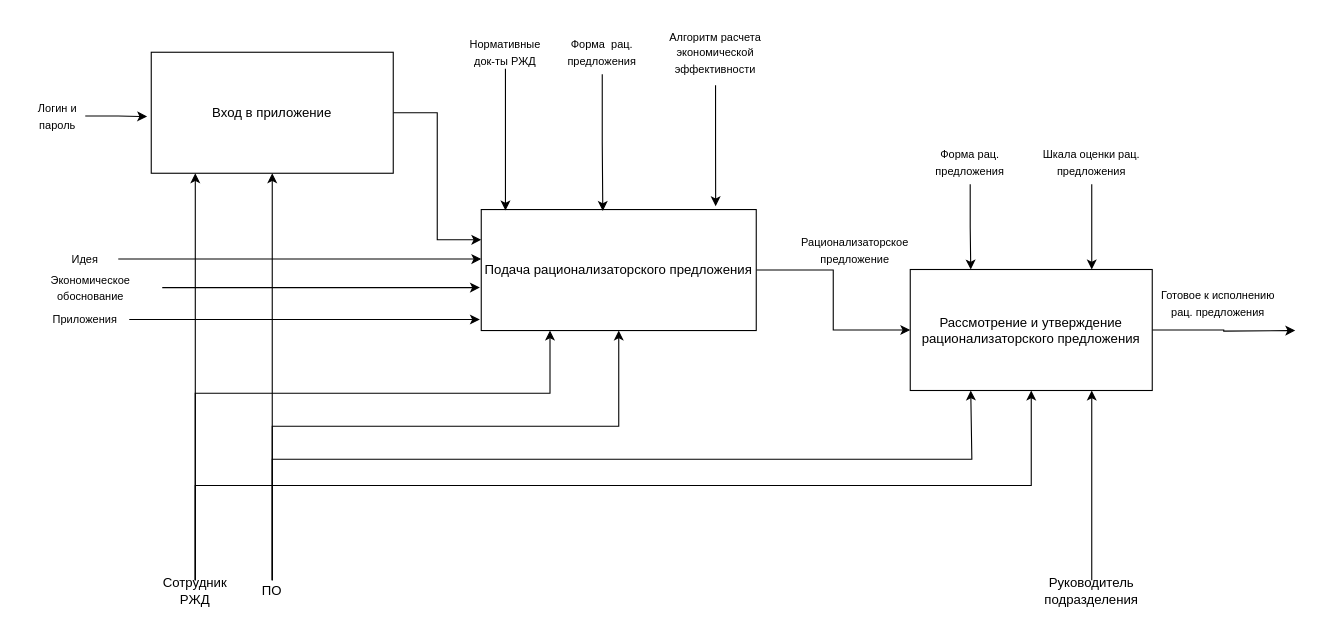
Earlier version of the draw.io diagram page "IDEF0 декомпозиция" (2 of 4) of IDEF0.drawio (Ideas-maker/diagram). Source tidied: cells renumbered, new cells numbered last; positions are measured from the earlier drawing's top-left corner, leaving out a move shared by most shapes. Both pictures are drawn from the tidied source at 110%, with x=0, y=0 at pixel (19, 19).
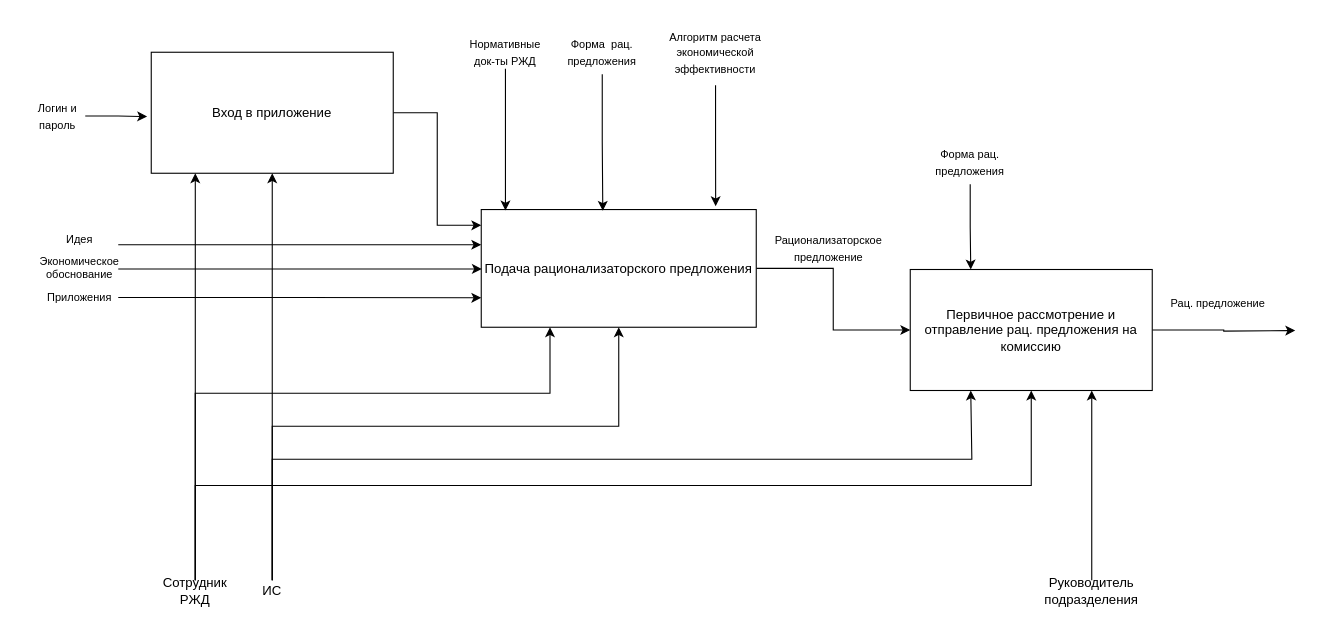
Above is the later version.

Unchanged cells that the change refers to:
```xml
<mxCell id="3" value="&lt;font style=&quot;font-size: 12px&quot;&gt;Вход в приложение&lt;/font&gt;" style="rounded=0;whiteSpace=wrap;html=1;fontSize=10;" parent="1" vertex="1">
  <mxGeometry x="120" y="30" width="220" height="110" as="geometry" />
</mxCell>
```

The edit, as a diff of the source:
```diff
@@
-    <mxCell id="2" style="edgeStyle=orthogonalEdgeStyle;rounded=0;jettySize=auto;html=1;exitX=1;exitY=0.5;exitDx=0;exitDy=0;entryX=0;entryY=0.25;entryDx=0;entryDy=0;fontSize=10;" parent="1" edge="1" source="3" target="5">
+    <mxCell id="2" style="edgeStyle=orthogonalEdgeStyle;rounded=0;jettySize=auto;html=1;exitX=1;exitY=0.5;exitDx=0;exitDy=0;entryX=0;entryY=0.134;entryDx=0;entryDy=0;fontSize=10;entryPerimeter=0;" parent="1" edge="1" source="3" target="5">
       <mxGeometry relative="1" as="geometry" />
     </mxCell>
@@
     <mxCell id="5" value="&lt;font style=&quot;font-size: 12px&quot;&gt;Подача рационализаторского предложения&lt;/font&gt;" style="rounded=0;whiteSpace=wrap;html=1;fontSize=10;" parent="1" vertex="1">
-      <mxGeometry x="420" y="173" width="250" height="110" as="geometry" />
+      <mxGeometry x="420" y="173" width="250" height="107" as="geometry" />
     </mxCell>
@@
-    <mxCell id="7" value="&lt;font style=&quot;font-size: 12px&quot;&gt;Рассмотрение и утверждение рационализаторского предложения&lt;/font&gt;" style="rounded=0;whiteSpace=wrap;html=1;fontSize=10;" parent="1" vertex="1">
+    <mxCell id="7" value="&lt;font style=&quot;font-size: 12px&quot;&gt;Первичное рассмотрение и отправление рац. предложения на комиссию&lt;/font&gt;" style="rounded=0;whiteSpace=wrap;html=1;fontSize=10;" parent="1" vertex="1">
       <mxGeometry x="810" y="227.5" width="220" height="110" as="geometry" />
     </mxCell>
@@
-    <mxCell id="17" value="ПО" style="text;html=1;strokeColor=none;fillColor=none;align=center;verticalAlign=middle;whiteSpace=wrap;rounded=0;fontSize=12;" parent="1" vertex="1">
+    <mxCell id="17" value="ИС" style="text;html=1;strokeColor=none;fillColor=none;align=center;verticalAlign=middle;whiteSpace=wrap;rounded=0;fontSize=12;" parent="1" vertex="1">
       <mxGeometry x="210" y="510" width="40" height="20" as="geometry" />
     </mxCell>
-    <mxCell id="18" style="edgeStyle=orthogonalEdgeStyle;rounded=0;jettySize=auto;html=1;fontSize=12;" parent="1" edge="1" source="19">
+    <mxCell id="18" style="edgeStyle=orthogonalEdgeStyle;rounded=0;orthogonalLoop=1;jettySize=auto;html=1;fontSize=12;" parent="1" edge="1">
       <mxGeometry relative="1" as="geometry">
-        <mxPoint x="420" y="218" as="targetPoint" />
+        <mxPoint x="90" y="205" as="sourcePoint" />
+        <mxPoint x="420" y="205" as="targetPoint" />
       </mxGeometry>
     </mxCell>
-    <mxCell id="19" value="&lt;font style=&quot;font-size: 10px&quot;&gt;Идея&lt;/font&gt;" style="text;html=1;strokeColor=none;fillColor=none;align=center;verticalAlign=middle;whiteSpace=wrap;rounded=0;fontSize=12;" parent="1" vertex="1">
-      <mxGeometry x="30" y="208" width="60" height="20" as="geometry" />
+    <mxCell id="19" value="&lt;font style=&quot;font-size: 10px&quot;&gt;Идея&lt;/font&gt;" style="text;html=1;strokeColor=none;fillColor=none;align=center;verticalAlign=middle;whiteSpace=wrap;rounded=0;fontSize=10;" parent="1" vertex="1">
+      <mxGeometry x="25" y="190" width="60" height="20" as="geometry" />
     </mxCell>
-    <mxCell id="20" style="edgeStyle=orthogonalEdgeStyle;rounded=0;jettySize=auto;html=1;exitX=1;exitY=0.5;exitDx=0;exitDy=0;entryX=-0.005;entryY=0.645;entryDx=0;entryDy=0;entryPerimeter=0;fontSize=12;" parent="1" edge="1" source="21" target="5">
-      <mxGeometry relative="1" as="geometry" />
+    <mxCell id="20" style="edgeStyle=orthogonalEdgeStyle;rounded=0;orthogonalLoop=1;jettySize=auto;html=1;entryX=0.002;entryY=0.556;entryDx=0;entryDy=0;fontSize=12;entryPerimeter=0;" parent="1" edge="1">
+      <mxGeometry relative="1" as="geometry">
+        <mxPoint x="90" y="227" as="sourcePoint" />
+        <mxPoint x="420.5" y="227" as="targetPoint" />
+      </mxGeometry>
     </mxCell>
-    <mxCell id="21" value="&lt;span style=&quot;font-size: 10px&quot;&gt;Экономическое обоснование&lt;/span&gt;" style="text;html=1;strokeColor=none;fillColor=none;align=center;verticalAlign=middle;whiteSpace=wrap;rounded=0;fontSize=12;" parent="1" vertex="1">
-      <mxGeometry y="228" width="130" height="32" as="geometry" />
+    <mxCell id="21" value="&lt;span style=&quot;font-size: 10px&quot;&gt;Экономическое обоснование&lt;/span&gt;" style="text;html=1;strokeColor=none;fillColor=none;align=center;verticalAlign=middle;whiteSpace=wrap;rounded=0;fontSize=10;" parent="1" vertex="1">
+      <mxGeometry x="10" y="210" width="90" height="32" as="geometry" />
     </mxCell>
@@
     <mxCell id="28" value="&lt;font style=&quot;font-size: 10px&quot;&gt;Рационализаторское предложение&lt;/font&gt;" style="text;html=1;strokeColor=none;fillColor=none;align=center;verticalAlign=middle;whiteSpace=wrap;rounded=0;fontSize=12;" parent="1" vertex="1">
-      <mxGeometry x="690" y="190" width="140" height="40" as="geometry" />
+      <mxGeometry x="682" y="188" width="108" height="40" as="geometry" />
     </mxCell>
@@
-    <mxCell id="31" style="edgeStyle=orthogonalEdgeStyle;rounded=0;jettySize=auto;html=1;entryX=-0.005;entryY=0.909;entryDx=0;entryDy=0;entryPerimeter=0;fontSize=12;" parent="1" edge="1" source="32" target="5">
+    <mxCell id="31" style="edgeStyle=orthogonalEdgeStyle;rounded=0;jettySize=auto;html=1;exitX=1;exitY=0.5;exitDx=0;exitDy=0;entryX=0;entryY=0.75;entryDx=0;entryDy=0;fontSize=10;" parent="1" edge="1" source="32" target="5">
       <mxGeometry relative="1" as="geometry" />
     </mxCell>
-    <mxCell id="32" value="&lt;font style=&quot;font-size: 10px&quot;&gt;Приложения&lt;/font&gt;" style="text;html=1;strokeColor=none;fillColor=none;align=center;verticalAlign=middle;whiteSpace=wrap;rounded=0;fontSize=12;" parent="1" vertex="1">
-      <mxGeometry x="20" y="263" width="80" height="20" as="geometry" />
+    <mxCell id="32" value="&lt;font style=&quot;font-size: 10px&quot;&gt;Приложения&lt;/font&gt;" style="text;html=1;strokeColor=none;fillColor=none;align=center;verticalAlign=middle;whiteSpace=wrap;rounded=0;fontSize=10;" parent="1" vertex="1">
+      <mxGeometry x="20" y="243" width="70" height="20" as="geometry" />
     </mxCell>
-    <mxCell id="33" value="&lt;font style=&quot;font-size: 10px&quot;&gt;Готовое к исполнению рац. предложения&lt;/font&gt;" style="text;html=1;strokeColor=none;fillColor=none;align=center;verticalAlign=middle;whiteSpace=wrap;rounded=0;fontSize=12;" parent="1" vertex="1">
+    <mxCell id="33" value="&lt;font style=&quot;font-size: 10px&quot;&gt;Рац. предложение&lt;/font&gt;" style="text;html=1;strokeColor=none;fillColor=none;align=center;verticalAlign=middle;whiteSpace=wrap;rounded=0;fontSize=12;" parent="1" vertex="1">
       <mxGeometry x="1035" y="243" width="110" height="30" as="geometry" />
     </mxCell>
@@
-    <mxCell id="36" style="edgeStyle=orthogonalEdgeStyle;rounded=0;jettySize=auto;html=1;exitX=0.5;exitY=1;exitDx=0;exitDy=0;entryX=0.75;entryY=0;entryDx=0;entryDy=0;fontSize=10;" parent="1" edge="1" source="37" target="7">
-      <mxGeometry relative="1" as="geometry" />
-    </mxCell>
-    <mxCell id="37" value="&lt;font style=&quot;font-size: 10px&quot;&gt;Шкала оценки рац. предложения&lt;/font&gt;" style="text;html=1;strokeColor=none;fillColor=none;align=center;verticalAlign=middle;whiteSpace=wrap;rounded=0;fontSize=12;" parent="1" vertex="1">
-      <mxGeometry x="915" y="110" width="120" height="40" as="geometry" />
-    </mxCell>
```
